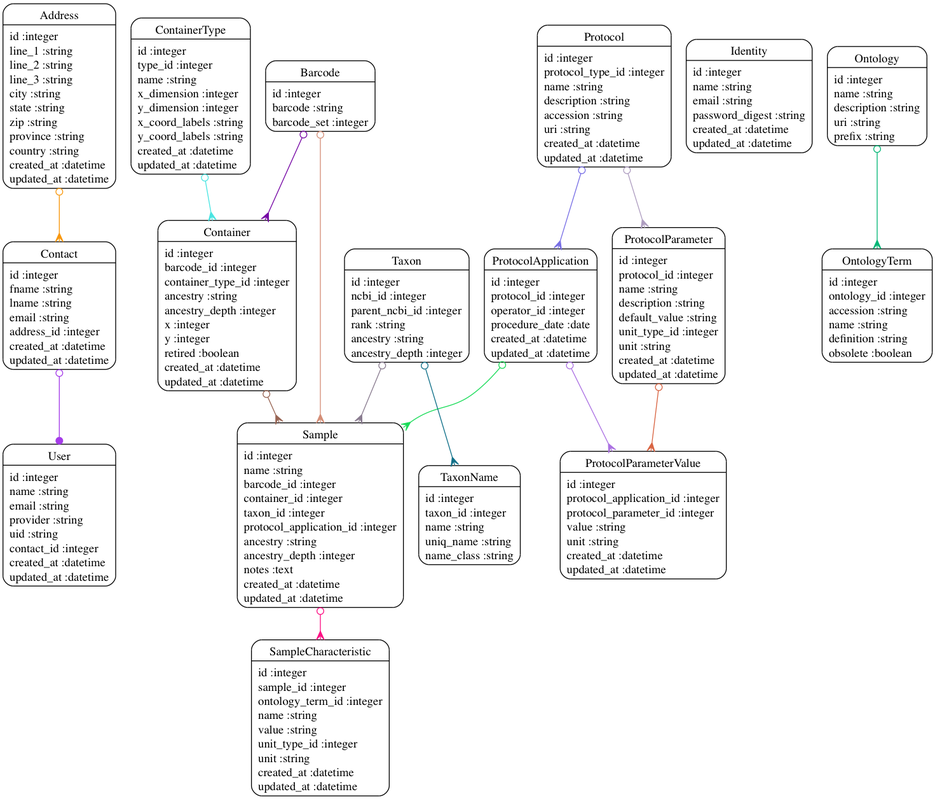
Before: models.png, a diagram exported from Graphviz (dimitras/collos). Its source is kept beside it as models.dot. Source of this version:
```dot
digraph models_diagram {
	graph[overlap=false, splines=true]
	"Address" [shape=Mrecord, label="{Address|id :integer\lline_1 :string\lline_2 :string\lline_3 :string\lcity :string\lstate :string\lzip :string\lprovince :string\lcountry :string\lcreated_at :datetime\lupdated_at :datetime\l}"]
	"Barcode" [shape=Mrecord, label="{Barcode|id :integer\lbarcode :string\lbarcode_set :integer\l}"]
	"Contact" [shape=Mrecord, label="{Contact|id :integer\lfname :string\llname :string\lemail :string\laddress_id :integer\lcreated_at :datetime\lupdated_at :datetime\l}"]
	"Container" [shape=Mrecord, label="{Container|id :integer\lbarcode_id :integer\lcontainer_type_id :integer\lancestry :string\lancestry_depth :integer\lx :integer\ly :integer\lretired :boolean\lcreated_at :datetime\lupdated_at :datetime\l}"]
	"ContainerType" [shape=Mrecord, label="{ContainerType|id :integer\ltype_id :integer\lname :string\lx_dimension :integer\ly_dimension :integer\lx_coord_labels :string\ly_coord_labels :string\lcreated_at :datetime\lupdated_at :datetime\l}"]
	"Identity" [shape=Mrecord, label="{Identity|id :integer\lname :string\lemail :string\lpassword_digest :string\lcreated_at :datetime\lupdated_at :datetime\l}"]
	"Ontology" [shape=Mrecord, label="{Ontology|id :integer\lname :string\ldescription :string\luri :string\lprefix :string\l}"]
	"OntologyTerm" [shape=Mrecord, label="{OntologyTerm|id :integer\lontology_id :integer\laccession :string\lname :string\ldefinition :string\lobsolete :boolean\l}"]
	"Protocol" [shape=Mrecord, label="{Protocol|id :integer\lprotocol_type_id :integer\lname :string\ldescription :string\laccession :string\luri :string\lcreated_at :datetime\lupdated_at :datetime\l}"]
	"ProtocolApplication" [shape=Mrecord, label="{ProtocolApplication|id :integer\lprotocol_id :integer\loperator_id :integer\lprocedure_date :date\lcreated_at :datetime\lupdated_at :datetime\l}"]
	"ProtocolParameter" [shape=Mrecord, label="{ProtocolParameter|id :integer\lprotocol_id :integer\lname :string\ldescription :string\ldefault_value :string\lunit_type_id :integer\lunit :string\lcreated_at :datetime\lupdated_at :datetime\l}"]
	"ProtocolParameterValue" [shape=Mrecord, label="{ProtocolParameterValue|id :integer\lprotocol_application_id :integer\lprotocol_parameter_id :integer\lvalue :string\lunit :string\lcreated_at :datetime\lupdated_at :datetime\l}"]
	"Sample" [shape=Mrecord, label="{Sample|id :integer\lname :string\lbarcode_id :integer\lcontainer_id :integer\ltaxon_id :integer\lprotocol_application_id :integer\lancestry :string\lancestry_depth :integer\lnotes :text\lcreated_at :datetime\lupdated_at :datetime\l}"]
	"SampleCharacteristic" [shape=Mrecord, label="{SampleCharacteristic|id :integer\lsample_id :integer\lontology_term_id :integer\lname :string\lvalue :string\lunit_type_id :integer\lunit :string\lcreated_at :datetime\lupdated_at :datetime\l}"]
	"Taxon" [shape=Mrecord, label="{Taxon|id :integer\lncbi_id :integer\lparent_ncbi_id :integer\lrank :string\lancestry :string\lancestry_depth :integer\l}"]
	"TaxonName" [shape=Mrecord, label="{TaxonName|id :integer\ltaxon_id :integer\lname :string\luniq_name :string\lname_class :string\l}"]
	"User" [shape=Mrecord, label="{User|id :integer\lname :string\lemail :string\lprovider :string\luid :string\lcontact_id :integer\lcreated_at :datetime\lupdated_at :datetime\l}"]
	"Address" -> "Contact" [arrowtail=odot, arrowhead=crow, dir=both color="#F8970D"]
	"Barcode" -> "Sample" [arrowtail=odot, arrowhead=crow, dir=both color="#D48E77"]
	"Barcode" -> "Container" [arrowtail=odot, arrowhead=crow, dir=both color="#7608A5"]
	"Contact" -> "User" [arrowtail=odot, arrowhead=dot, dir=both color="#A43BE8"]
	"Container" -> "Sample" [arrowtail=odot, arrowhead=crow, dir=both color="#986453"]
	"ContainerType" -> "Container" [arrowtail=odot, arrowhead=crow, dir=both color="#49E4E1"]
	"Ontology" -> "OntologyTerm" [arrowtail=odot, arrowhead=crow, dir=both color="#03B575"]
	"Protocol" -> "ProtocolApplication" [arrowtail=odot, arrowhead=crow, dir=both color="#786FE5"]
	"Protocol" -> "ProtocolParameter" [arrowtail=odot, arrowhead=crow, dir=both color="#AE9DC0"]
	"ProtocolApplication" -> "Sample" [arrowtail=odot, arrowhead=crow, dir=both color="#19DB58"]
	"ProtocolApplication" -> "ProtocolParameterValue" [arrowtail=odot, arrowhead=crow, dir=both color="#AB71E2"]
	"ProtocolParameter" -> "ProtocolParameterValue" [arrowtail=odot, arrowhead=crow, dir=both color="#D86442"]
	"Sample" -> "SampleCharacteristic" [arrowtail=odot, arrowhead=crow, dir=both color="#FC0F83"]
	"Taxon" -> "Sample" [arrowtail=odot, arrowhead=crow, dir=both color="#8A7C90"]
	"Taxon" -> "TaxonName" [arrowtail=odot, arrowhead=crow, dir=both color="#0F6F88"]
}
```
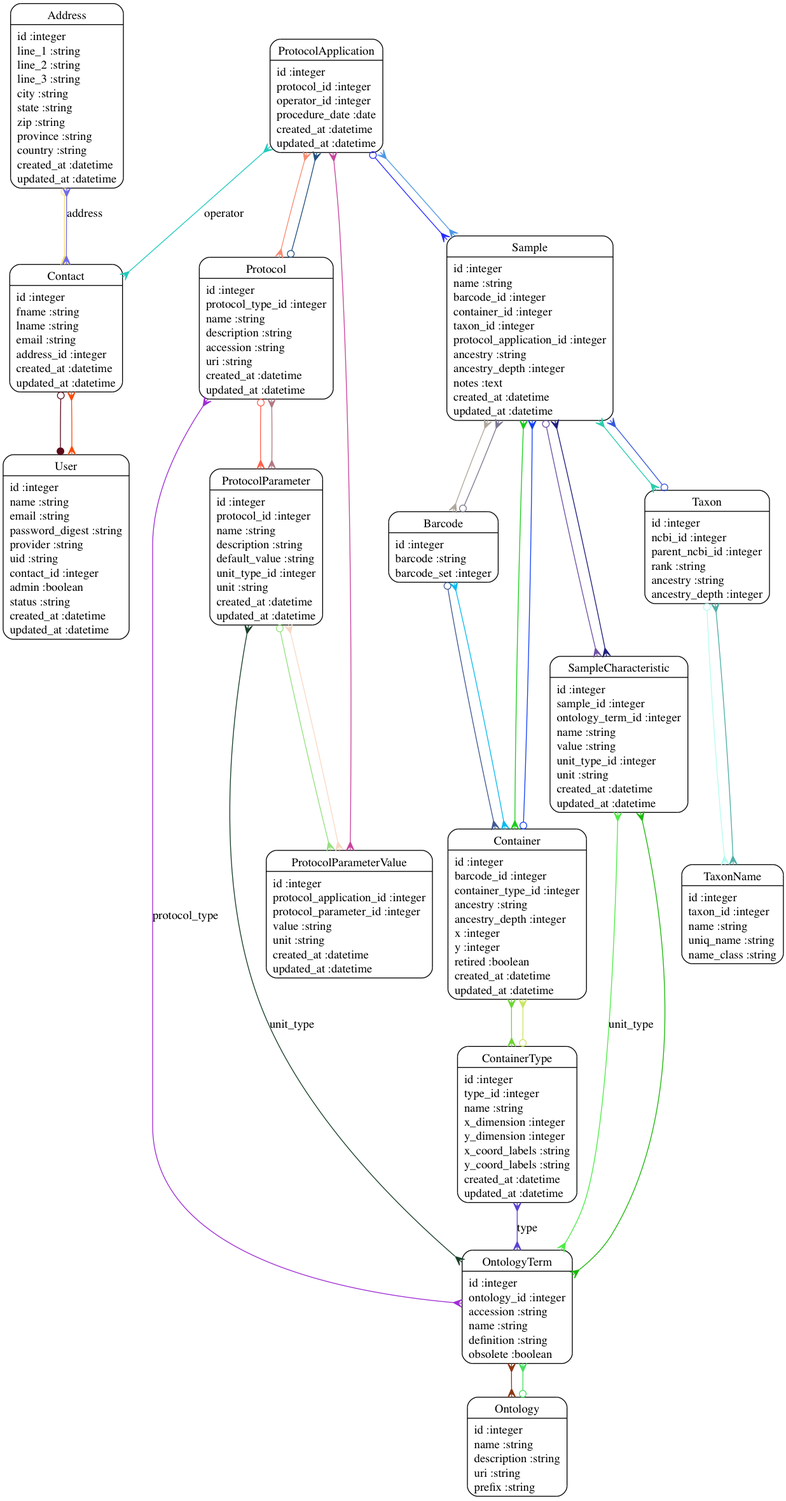
Above is the later version.

The edit, as a diff of the source:
```diff
@@ -5,7 +5,6 @@
 	"Contact" [shape=Mrecord, label="{Contact|id :integer\lfname :string\llname :string\lemail :string\laddress_id :integer\lcreated_at :datetime\lupdated_at :datetime\l}"]
 	"Container" [shape=Mrecord, label="{Container|id :integer\lbarcode_id :integer\lcontainer_type_id :integer\lancestry :string\lancestry_depth :integer\lx :integer\ly :integer\lretired :boolean\lcreated_at :datetime\lupdated_at :datetime\l}"]
 	"ContainerType" [shape=Mrecord, label="{ContainerType|id :integer\ltype_id :integer\lname :string\lx_dimension :integer\ly_dimension :integer\lx_coord_labels :string\ly_coord_labels :string\lcreated_at :datetime\lupdated_at :datetime\l}"]
-	"Identity" [shape=Mrecord, label="{Identity|id :integer\lname :string\lemail :string\lpassword_digest :string\lcreated_at :datetime\lupdated_at :datetime\l}"]
 	"Ontology" [shape=Mrecord, label="{Ontology|id :integer\lname :string\ldescription :string\luri :string\lprefix :string\l}"]
 	"OntologyTerm" [shape=Mrecord, label="{OntologyTerm|id :integer\lontology_id :integer\laccession :string\lname :string\ldefinition :string\lobsolete :boolean\l}"]
 	"Protocol" [shape=Mrecord, label="{Protocol|id :integer\lprotocol_type_id :integer\lname :string\ldescription :string\laccession :string\luri :string\lcreated_at :datetime\lupdated_at :datetime\l}"]
@@ -16,20 +15,40 @@
 	"SampleCharacteristic" [shape=Mrecord, label="{SampleCharacteristic|id :integer\lsample_id :integer\lontology_term_id :integer\lname :string\lvalue :string\lunit_type_id :integer\lunit :string\lcreated_at :datetime\lupdated_at :datetime\l}"]
 	"Taxon" [shape=Mrecord, label="{Taxon|id :integer\lncbi_id :integer\lparent_ncbi_id :integer\lrank :string\lancestry :string\lancestry_depth :integer\l}"]
 	"TaxonName" [shape=Mrecord, label="{TaxonName|id :integer\ltaxon_id :integer\lname :string\luniq_name :string\lname_class :string\l}"]
-	"User" [shape=Mrecord, label="{User|id :integer\lname :string\lemail :string\lprovider :string\luid :string\lcontact_id :integer\lcreated_at :datetime\lupdated_at :datetime\l}"]
-	"Address" -> "Contact" [arrowtail=odot, arrowhead=crow, dir=both color="#F8970D"]
-	"Barcode" -> "Sample" [arrowtail=odot, arrowhead=crow, dir=both color="#D48E77"]
-	"Barcode" -> "Container" [arrowtail=odot, arrowhead=crow, dir=both color="#7608A5"]
-	"Contact" -> "User" [arrowtail=odot, arrowhead=dot, dir=both color="#A43BE8"]
-	"Container" -> "Sample" [arrowtail=odot, arrowhead=crow, dir=both color="#986453"]
-	"ContainerType" -> "Container" [arrowtail=odot, arrowhead=crow, dir=both color="#49E4E1"]
-	"Ontology" -> "OntologyTerm" [arrowtail=odot, arrowhead=crow, dir=both color="#03B575"]
-	"Protocol" -> "ProtocolApplication" [arrowtail=odot, arrowhead=crow, dir=both color="#786FE5"]
-	"Protocol" -> "ProtocolParameter" [arrowtail=odot, arrowhead=crow, dir=both color="#AE9DC0"]
-	"ProtocolApplication" -> "Sample" [arrowtail=odot, arrowhead=crow, dir=both color="#19DB58"]
-	"ProtocolApplication" -> "ProtocolParameterValue" [arrowtail=odot, arrowhead=crow, dir=both color="#AB71E2"]
-	"ProtocolParameter" -> "ProtocolParameterValue" [arrowtail=odot, arrowhead=crow, dir=both color="#D86442"]
-	"Sample" -> "SampleCharacteristic" [arrowtail=odot, arrowhead=crow, dir=both color="#FC0F83"]
-	"Taxon" -> "Sample" [arrowtail=odot, arrowhead=crow, dir=both color="#8A7C90"]
-	"Taxon" -> "TaxonName" [arrowtail=odot, arrowhead=crow, dir=both color="#0F6F88"]
+	"User" [shape=Mrecord, label="{User|id :integer\lname :string\lemail :string\lpassword_digest :string\lprovider :string\luid :string\lcontact_id :integer\ladmin :boolean\lstatus :string\lcreated_at :datetime\lupdated_at :datetime\l}"]
+	"Address" -> "Contact" [arrowtail=odot, arrowhead=crow, dir=both color="#F2E074"]
+	"Barcode" -> "Sample" [arrowtail=odot, arrowhead=crow, dir=both color="#7B7690"]
+	"Barcode" -> "Container" [arrowtail=odot, arrowhead=crow, dir=both color="#3F5991"]
+	"Contact" -> "User" [arrowtail=odot, arrowhead=dot, dir=both color="#5B0B1A"]
+	"Contact" -> "Address" [label="address", arrowtail=crow, arrowhead=crow, dir=both color="#716AED"]
+	"Container" -> "Barcode" [arrowtail=crow, arrowhead=crow, dir=both color="#0ABAEF"]
+	"Container" -> "ContainerType" [arrowtail=crow, arrowhead=crow, dir=both color="#6DD631"]
+	"Container" -> "Sample" [arrowtail=odot, arrowhead=crow, dir=both color="#1241F4"]
+	"ContainerType" -> "OntologyTerm" [label="type", arrowtail=crow, arrowhead=crow, dir=both color="#5940D4"]
+	"ContainerType" -> "Container" [arrowtail=odot, arrowhead=crow, dir=both color="#CAE461"]
+	"Ontology" -> "OntologyTerm" [arrowtail=odot, arrowhead=crow, dir=both color="#43E05B"]
+	"OntologyTerm" -> "Ontology" [arrowtail=crow, arrowhead=crow, dir=both color="#8E3512"]
+	"Protocol" -> "OntologyTerm" [label="protocol_type", arrowtail=crow, arrowhead=crow, dir=both color="#9E2DD3"]
+	"Protocol" -> "ProtocolApplication" [arrowtail=odot, arrowhead=crow, dir=both color="#22507E"]
+	"Protocol" -> "ProtocolParameter" [arrowtail=odot, arrowhead=crow, dir=both color="#FE5F4B"]
+	"ProtocolApplication" -> "Sample" [arrowtail=odot, arrowhead=crow, dir=both color="#292BFC"]
+	"ProtocolApplication" -> "Protocol" [arrowtail=crow, arrowhead=crow, dir=both color="#F78C71"]
+	"ProtocolApplication" -> "Contact" [label="operator", arrowtail=crow, arrowhead=crow, dir=both color="#20CBBD"]
+	"ProtocolParameter" -> "Protocol" [arrowtail=crow, arrowhead=crow, dir=both color="#B27885"]
+	"ProtocolParameter" -> "OntologyTerm" [label="unit_type", arrowtail=crow, arrowhead=crow, dir=both color="#163D26"]
+	"ProtocolParameter" -> "ProtocolParameterValue" [arrowtail=odot, arrowhead=crow, dir=both color="#94E07E"]
+	"ProtocolParameterValue" -> "ProtocolApplication" [arrowtail=crow, arrowhead=crow, dir=both color="#C8439B"]
+	"ProtocolParameterValue" -> "ProtocolParameter" [arrowtail=crow, arrowhead=crow, dir=both color="#F7D8C3"]
+	"Sample" -> "Container" [arrowtail=crow, arrowhead=crow, dir=both color="#19CD1A"]
+	"Sample" -> "Barcode" [arrowtail=crow, arrowhead=crow, dir=both color="#AEA69A"]
+	"Sample" -> "ProtocolApplication" [arrowtail=crow, arrowhead=crow, dir=both color="#4D97E6"]
+	"Sample" -> "Taxon" [arrowtail=crow, arrowhead=crow, dir=both color="#27CCAC"]
+	"Sample" -> "SampleCharacteristic" [arrowtail=odot, arrowhead=crow, dir=both color="#6D4FA2"]
+	"SampleCharacteristic" -> "OntologyTerm" [arrowtail=crow, arrowhead=crow, dir=both color="#1AB708"]
+	"SampleCharacteristic" -> "OntologyTerm" [label="unit_type", arrowtail=crow, arrowhead=crow, dir=both color="#4CEC45"]
+	"SampleCharacteristic" -> "Sample" [arrowtail=crow, arrowhead=crow, dir=both color="#1D1D7C"]
+	"Taxon" -> "Sample" [arrowtail=odot, arrowhead=crow, dir=both color="#3556DB"]
+	"Taxon" -> "TaxonName" [arrowtail=odot, arrowhead=crow, dir=both color="#B5FBEF"]
+	"TaxonName" -> "Taxon" [arrowtail=crow, arrowhead=crow, dir=both color="#4EAEA5"]
+	"User" -> "Contact" [arrowtail=crow, arrowhead=crow, dir=both color="#FB4B09"]
 }
```
